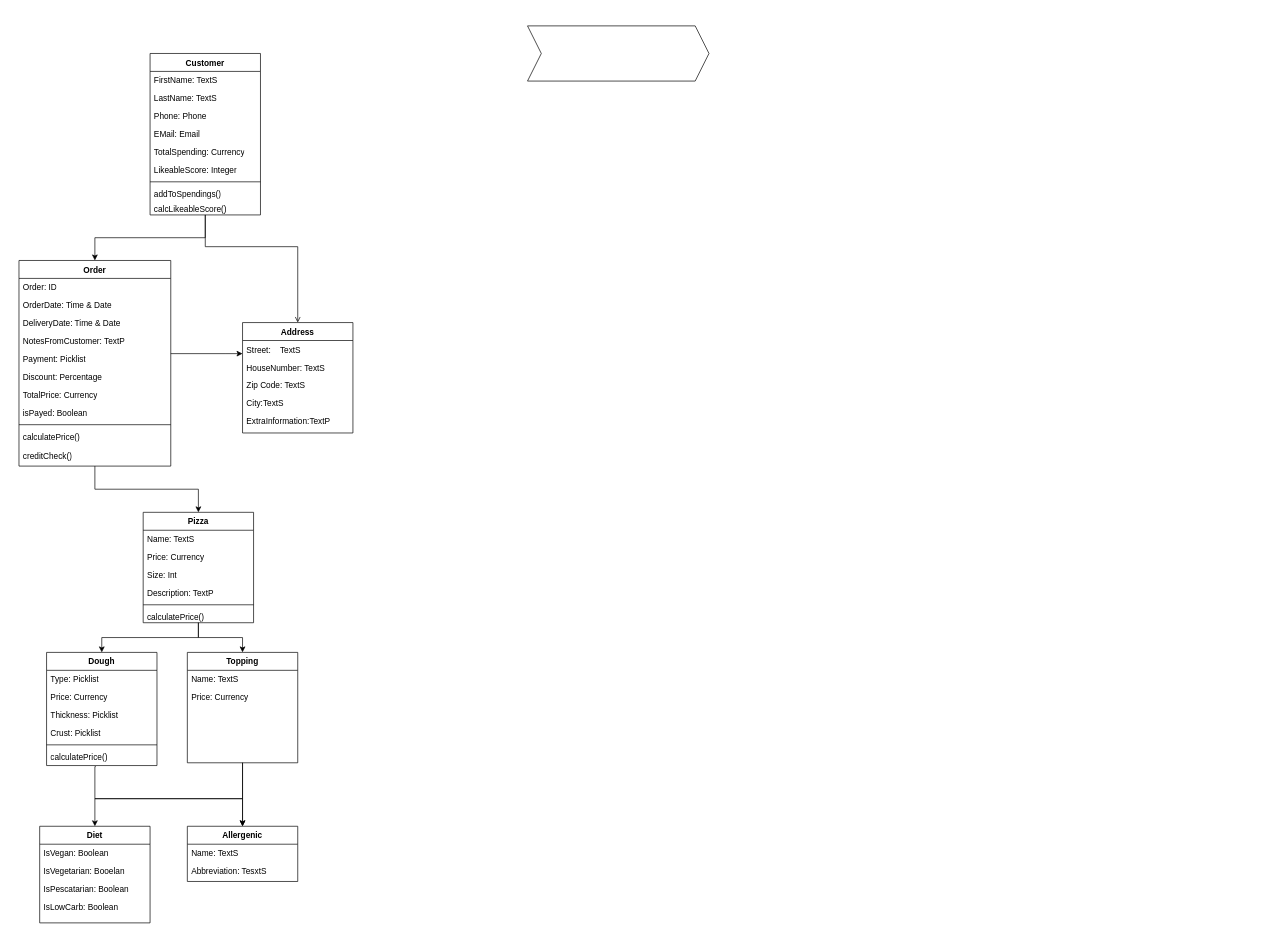
Before: PegaPizza.drawio in MBundel/Pega-Pizza, a draw.io diagram. Source tidied: cells renumbered, new cells numbered last; positions are measured from the earlier drawing's top-left corner, leaving out a move shared by most shapes. Both pictures are drawn from the tidied source at 69%, with x=0, y=0 at pixel (19, 26).
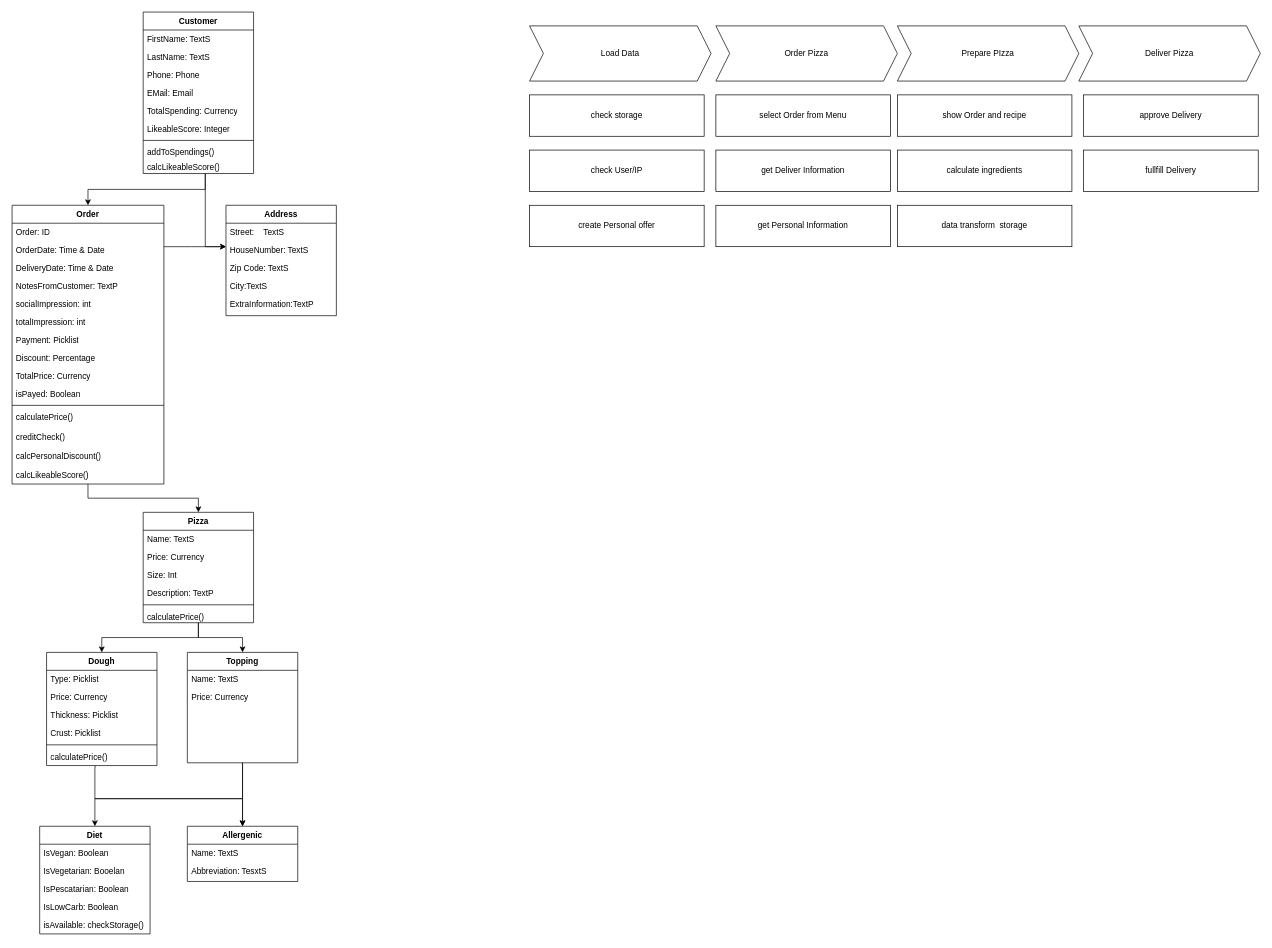
Above is the later version.

What changed in the source:
```diff
@@
     <mxCell id="2" style="edgeStyle=orthogonalEdgeStyle;rounded=0;jettySize=auto;html=1;" parent="1" edge="1" source="54" target="36">
-      <mxGeometry relative="1" as="geometry" />
+      <mxGeometry relative="1" as="geometry">
+        <Array as="points">
+          <mxPoint x="270" y="237" />
+          <mxPoint x="100" y="237" />
+        </Array>
+      </mxGeometry>
     </mxCell>
     <mxCell id="3" value="Address" style="swimlane;fontStyle=1;align=center;verticalAlign=top;horizontal=1;startSize=26;rounded=0;shadow=0;strokeWidth=1;" parent="1" vertex="1">
-      <mxGeometry x="324" y="430" width="160" height="160" as="geometry" />
+      <mxGeometry x="300" y="260" width="160" height="160" as="geometry" />
     </mxCell>
@@
     <mxCell id="36" value="Order" style="swimlane;fontStyle=1;align=center;verticalAlign=top;horizontal=1;startSize=26;whiteSpace=wrap;html=1;" parent="1" vertex="1">
-      <mxGeometry y="340" width="220" height="298" as="geometry" />
+      <mxGeometry x="-10" y="260" width="220" height="404" as="geometry" />
     </mxCell>
@@
+    <mxCell id="65" value="socialImpression: int" style="text;strokeColor=none;fillColor=none;align=left;verticalAlign=top;spacingLeft=4;spacingRight=4;overflow=hidden;whiteSpace=wrap;html=1;" parent="36" vertex="1">
+      <mxGeometry y="130" width="220" height="26" as="geometry" />
+    </mxCell>
+    <mxCell id="66" value="totalImpression: int" style="text;strokeColor=none;fillColor=none;align=left;verticalAlign=top;spacingLeft=4;spacingRight=4;overflow=hidden;whiteSpace=wrap;html=1;" parent="36" vertex="1">
+      <mxGeometry y="156" width="220" height="26" as="geometry" />
+    </mxCell>
     <mxCell id="41" value="Payment: Picklist" style="text;strokeColor=none;fillColor=none;align=left;verticalAlign=top;spacingLeft=4;spacingRight=4;overflow=hidden;whiteSpace=wrap;html=1;" parent="36" vertex="1">
-      <mxGeometry y="130" width="220" height="26" as="geometry" />
+      <mxGeometry y="182" width="220" height="26" as="geometry" />
     </mxCell>
     <mxCell id="42" value="Discount: Percentage" style="text;strokeColor=none;fillColor=none;align=left;verticalAlign=top;spacingLeft=4;spacingRight=4;overflow=hidden;whiteSpace=wrap;html=1;" parent="36" vertex="1">
-      <mxGeometry y="156" width="220" height="26" as="geometry" />
+      <mxGeometry y="208" width="220" height="26" as="geometry" />
     </mxCell>
     <mxCell id="43" value="TotalPrice: Currency" style="text;strokeColor=none;fillColor=none;align=left;verticalAlign=top;spacingLeft=4;spacingRight=4;overflow=hidden;whiteSpace=wrap;html=1;" parent="36" vertex="1">
-      <mxGeometry y="182" width="220" height="26" as="geometry" />
+      <mxGeometry y="234" width="220" height="26" as="geometry" />
     </mxCell>
     <mxCell id="44" value="isPayed: Boolean" style="text;strokeColor=none;fillColor=none;align=left;verticalAlign=top;spacingLeft=4;spacingRight=4;overflow=hidden;whiteSpace=wrap;html=1;" parent="36" vertex="1">
-      <mxGeometry y="208" width="220" height="26" as="geometry" />
+      <mxGeometry y="260" width="220" height="26" as="geometry" />
     </mxCell>
     <mxCell id="45" style="line;strokeWidth=1;fillColor=none;align=left;verticalAlign=middle;spacingTop=-1;spacingLeft=3;spacingRight=3;labelPosition=right;strokeColor=inherit;" parent="36" vertex="1">
-      <mxGeometry y="234" width="220" height="8" as="geometry" />
+      <mxGeometry y="286" width="220" height="8" as="geometry" />
     </mxCell>
     <mxCell id="46" value="calculatePrice()" style="text;strokeColor=none;fillColor=none;align=left;verticalAlign=top;spacingLeft=4;spacingRight=4;overflow=hidden;whiteSpace=wrap;html=1;" parent="36" vertex="1">
-      <mxGeometry y="242" width="220" height="28" as="geometry" />
+      <mxGeometry y="294" width="220" height="28" as="geometry" />
     </mxCell>
     <mxCell id="47" value="creditCheck()" style="text;strokeColor=none;fillColor=none;align=left;verticalAlign=top;spacingLeft=4;spacingRight=4;overflow=hidden;whiteSpace=wrap;html=1;" parent="36" vertex="1">
-      <mxGeometry y="270" width="220" height="28" as="geometry" />
+      <mxGeometry y="322" width="220" height="28" as="geometry" />
     </mxCell>
+    <mxCell id="67" value="calcPersonalDiscount()" style="text;strokeColor=none;fillColor=none;align=left;verticalAlign=top;spacingLeft=4;spacingRight=4;overflow=hidden;whiteSpace=wrap;html=1;" parent="36" vertex="1">
+      <mxGeometry y="350" width="220" height="28" as="geometry" />
+    </mxCell>
+    <mxCell id="68" value="calcLikeableScore()" style="text;strokeColor=none;fillColor=none;align=left;verticalAlign=top;spacingLeft=4;spacingRight=4;overflow=hidden;whiteSpace=wrap;html=1;" parent="36" vertex="1">
+      <mxGeometry y="378" width="220" height="26" as="geometry" />
+    </mxCell>
     <mxCell id="48" value="Diet" style="swimlane;fontStyle=1;align=center;verticalAlign=top;horizontal=1;startSize=26;rounded=0;shadow=0;strokeWidth=1;" parent="1" vertex="1">
-      <mxGeometry x="30" y="1160" width="160" height="140" as="geometry" />
+      <mxGeometry x="30" y="1160" width="160" height="156" as="geometry" />
     </mxCell>
@@
+    <mxCell id="69" value="isAvailable: checkStorage()" style="text;align=left;verticalAlign=top;spacingLeft=4;spacingRight=4;overflow=hidden;rounded=0;shadow=0;html=0;" parent="48" vertex="1">
+      <mxGeometry y="130" width="160" height="26" as="geometry" />
+    </mxCell>
     <mxCell id="53" style="edgeStyle=orthogonalEdgeStyle;rounded=0;jettySize=auto;html=1;" parent="1" edge="1" source="36" target="3">
       <mxGeometry relative="1" as="geometry">
         <Array as="points">
-          <mxPoint x="300" y="475" />
-          <mxPoint x="300" y="475" />
+          <mxPoint x="250" y="320" />
+          <mxPoint x="250" y="320" />
         </Array>
       </mxGeometry>
     </mxCell>
     <mxCell id="54" value="Customer" style="swimlane;fontStyle=1;align=center;verticalAlign=top;horizontal=1;startSize=26;whiteSpace=wrap;html=1;" parent="1" vertex="1">
-      <mxGeometry x="190" y="40" width="160" height="234" as="geometry" />
+      <mxGeometry x="180" y="-20" width="160" height="234" as="geometry" />
     </mxCell>
@@
-    <mxCell id="64" style="shape=step;perimeter=stepPerimeter;whiteSpace=wrap;html=1;fixedSize=1;" parent="1" vertex="1">
-      <mxGeometry x="737" width="263" height="80" as="geometry" />
+    <mxCell id="64" value="Order Pizza" style="shape=step;perimeter=stepPerimeter;whiteSpace=wrap;html=1;fixedSize=1;" parent="1" vertex="1">
+      <mxGeometry x="1010" width="263" height="80" as="geometry" />
     </mxCell>
+    <mxCell id="70" value="Prepare PIzza" style="shape=step;perimeter=stepPerimeter;whiteSpace=wrap;html=1;fixedSize=1;" parent="1" vertex="1">
+      <mxGeometry x="1273" width="263" height="80" as="geometry" />
+    </mxCell>
+    <mxCell id="71" value="Deliver Pizza" style="shape=step;perimeter=stepPerimeter;whiteSpace=wrap;html=1;fixedSize=1;" parent="1" vertex="1">
+      <mxGeometry x="1536" width="263" height="80" as="geometry" />
+    </mxCell>
+    <mxCell id="72" value="select Order from Menu" style="rounded=0;whiteSpace=wrap;html=1;" parent="1" vertex="1">
+      <mxGeometry x="1010" y="100" width="253" height="60" as="geometry" />
+    </mxCell>
+    <mxCell id="73" value="get Deliver Information" style="rounded=0;whiteSpace=wrap;html=1;" parent="1" vertex="1">
+      <mxGeometry x="1010" y="180" width="253" height="60" as="geometry" />
+    </mxCell>
+    <mxCell id="74" value="get Personal Information" style="rounded=0;whiteSpace=wrap;html=1;" parent="1" vertex="1">
+      <mxGeometry x="1010" y="260" width="253" height="60" as="geometry" />
+    </mxCell>
+    <mxCell id="75" value="show Order and recipe" style="rounded=0;whiteSpace=wrap;html=1;" parent="1" vertex="1">
+      <mxGeometry x="1273" y="100" width="253" height="60" as="geometry" />
+    </mxCell>
+    <mxCell id="76" value="calculate ingredients" style="rounded=0;whiteSpace=wrap;html=1;" parent="1" vertex="1">
+      <mxGeometry x="1273" y="180" width="253" height="60" as="geometry" />
+    </mxCell>
+    <mxCell id="77" value="data transform&amp;nbsp; storage" style="rounded=0;whiteSpace=wrap;html=1;" parent="1" vertex="1">
+      <mxGeometry x="1273" y="260" width="253" height="60" as="geometry" />
+    </mxCell>
+    <mxCell id="78" value="approve Delivery" style="rounded=0;whiteSpace=wrap;html=1;" parent="1" vertex="1">
+      <mxGeometry x="1543" y="100" width="253" height="60" as="geometry" />
+    </mxCell>
+    <mxCell id="79" value="fullfill Delivery" style="rounded=0;whiteSpace=wrap;html=1;" parent="1" vertex="1">
+      <mxGeometry x="1543" y="180" width="253" height="60" as="geometry" />
+    </mxCell>
+    <mxCell id="80" value="Load Data" style="shape=step;perimeter=stepPerimeter;whiteSpace=wrap;html=1;fixedSize=1;" parent="1" vertex="1">
+      <mxGeometry x="740" width="263" height="80" as="geometry" />
+    </mxCell>
+    <mxCell id="81" value="check storage" style="rounded=0;whiteSpace=wrap;html=1;" parent="1" vertex="1">
+      <mxGeometry x="740" y="100" width="253" height="60" as="geometry" />
+    </mxCell>
+    <mxCell id="82" value="check User/IP" style="rounded=0;whiteSpace=wrap;html=1;" parent="1" vertex="1">
+      <mxGeometry x="740" y="180" width="253" height="60" as="geometry" />
+    </mxCell>
+    <mxCell id="83" value="create Personal offer" style="rounded=0;whiteSpace=wrap;html=1;" parent="1" vertex="1">
+      <mxGeometry x="740" y="260" width="253" height="60" as="geometry" />
+    </mxCell>
```
